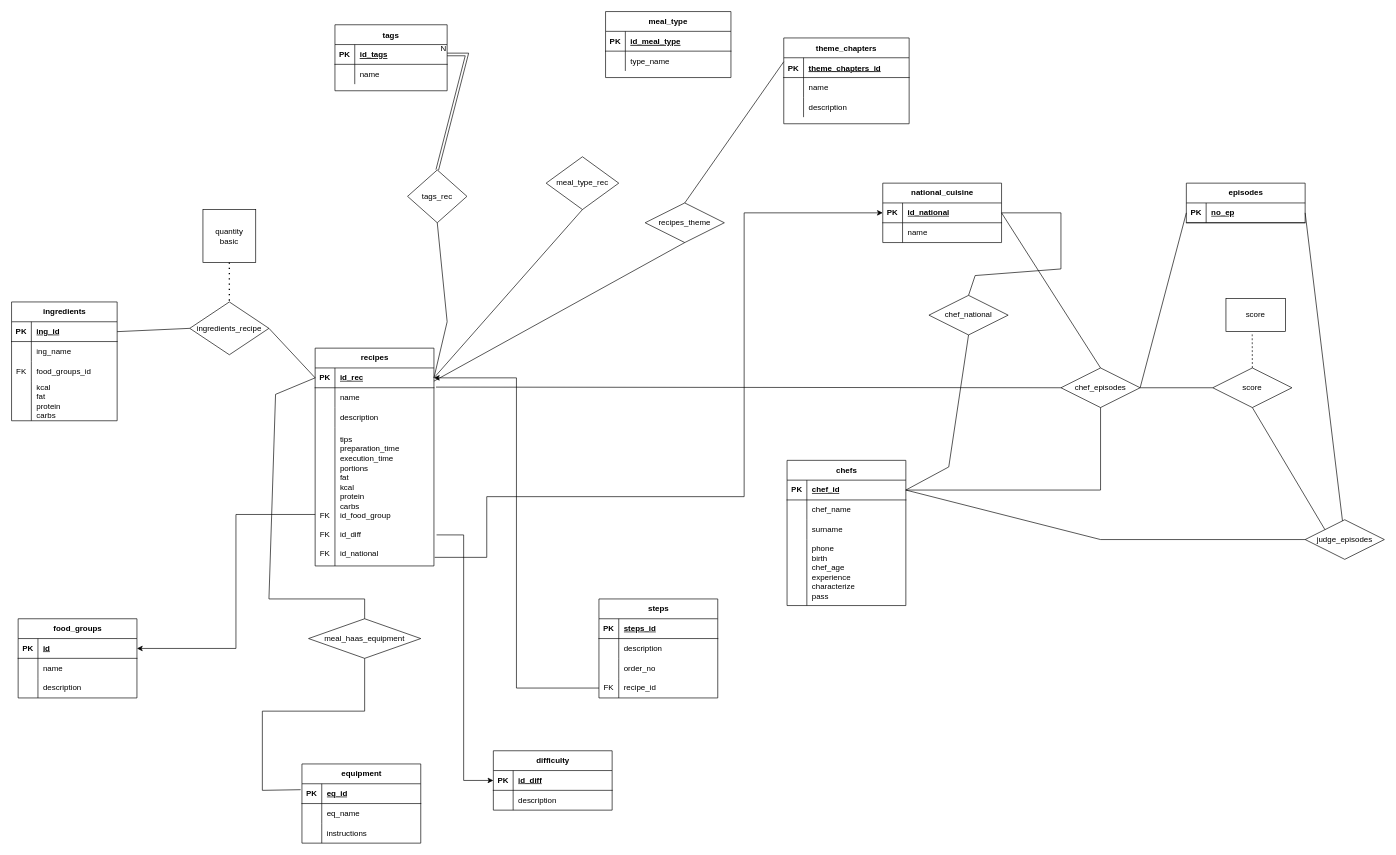
Earlier version of the draw.io diagram Ανώνυμο διάγραμμα.drawio (Georgeandro/Masterchef-Database). Source tidied: cells renumbered, new cells numbered last; positions are measured from the earlier drawing's top-left corner, leaving out a move shared by most shapes. Both pictures are drawn from the tidied source at 66%, with x=0, y=0 at pixel (11, 11).
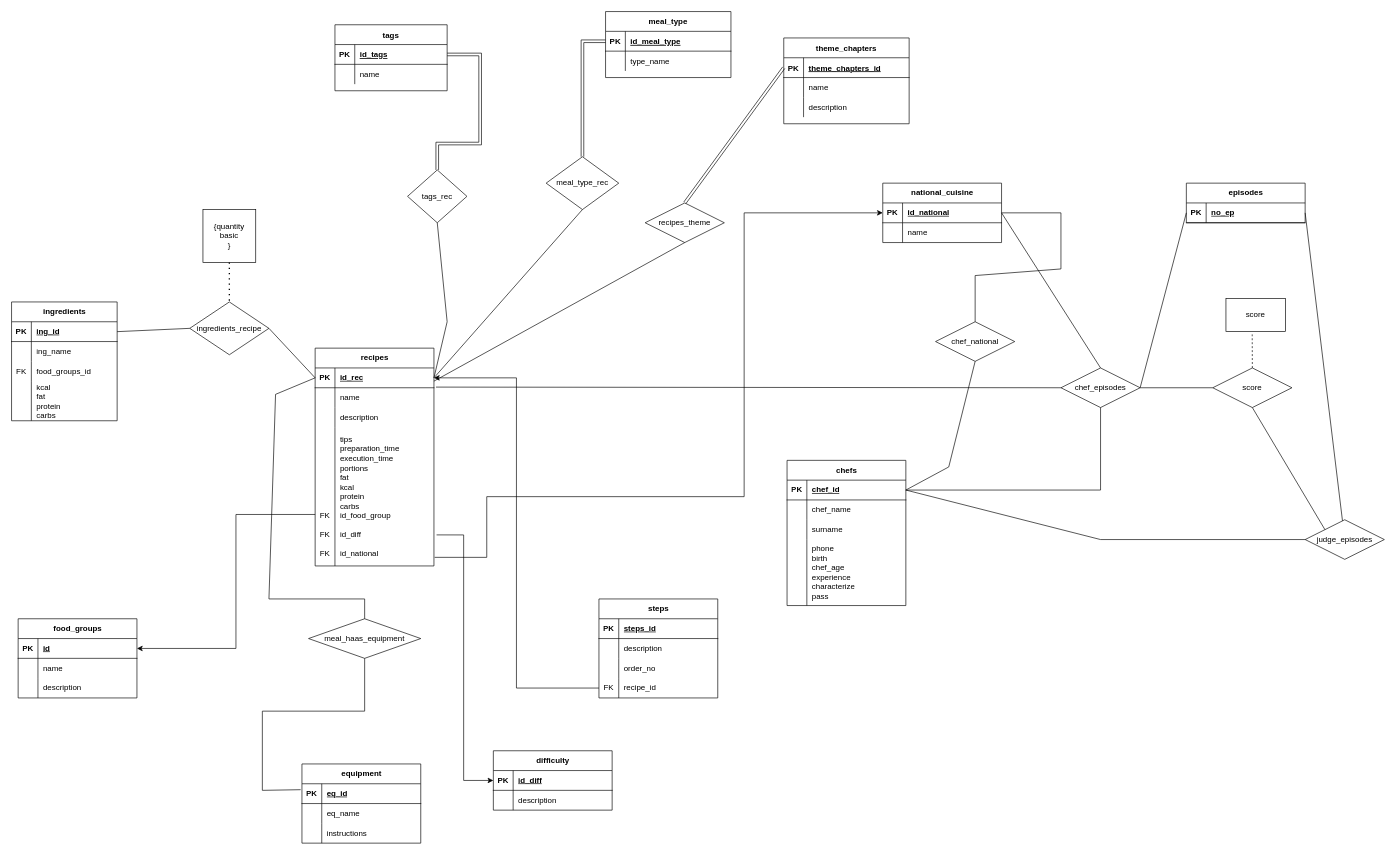
The same page after the edit.

The change refers to these unchanged cells:
```xml
<mxCell id="3" style="shape=partialRectangle;fillColor=none;points=[[0,0.5],[1,0.5]];portConstraint=eastwest;top=0;left=0;right=0;bottom=1;" parent="2" vertex="1">
  <mxGeometry y="30" width="190" height="30" as="geometry" />
</mxCell>
<mxCell id="10" style="shape=partialRectangle;fillColor=none;points=[[0,0.5],[1,0.5]];portConstraint=eastwest;top=0;left=0;right=0;bottom=1;" parent="9" vertex="1">
  <mxGeometry y="30" width="190" height="30" as="geometry" />
</mxCell>
<mxCell id="20" style="shape=partialRectangle;fillColor=none;points=[[0,0.5],[1,0.5]];portConstraint=eastwest;top=0;left=0;right=0;bottom=1;" parent="19" vertex="1">
  <mxGeometry y="30" width="170" height="30" as="geometry" />
</mxCell>
<mxCell id="26" value="tags_rec" style="rhombus;whiteSpace=wrap;html=1;" parent="1" vertex="1">
  <mxGeometry x="600" y="240" width="90" height="80" as="geometry" />
</mxCell>
<mxCell id="27" value="meal_type_rec" style="rhombus;whiteSpace=wrap;html=1;" parent="1" vertex="1">
  <mxGeometry x="810" y="220" width="110" height="80" as="geometry" />
</mxCell>
<mxCell id="44" value="recipes_theme" style="shape=rhombus;perimeter=rhombusPerimeter;whiteSpace=wrap;html=1;align=center;" parent="1" vertex="1">
  <mxGeometry x="960" y="290" width="120" height="60" as="geometry" />
</mxCell>
```

What changed in the source:
```diff
@@
-    <mxCell id="30" value="quantity&lt;div&gt;basic&lt;/div&gt;" style="whiteSpace=wrap;html=1;" parent="1" vertex="1">
+    <mxCell id="30" value="{quantity&lt;div&gt;basic&lt;/div&gt;&lt;div&gt;}&lt;/div&gt;" style="whiteSpace=wrap;html=1;" parent="1" vertex="1">
       <mxGeometry x="290" y="300" width="80" height="80" as="geometry" />
     </mxCell>
@@
-    <mxCell id="61" style="shape=link;html=1;rounded=0;entryX=1;entryY=0.5;entryDx=0;entryDy=0;exitX=0.5;exitY=0;exitDx=0;exitDy=0;" parent="1" edge="1" source="26" target="20">
-      <mxGeometry relative="1" as="geometry">
-        <Array as="points">
-          <mxPoint x="690" y="65" />
-        </Array>
-      </mxGeometry>
-    </mxCell>
-    <mxCell id="62" value="N" style="html=1;whiteSpace=wrap;align=right;verticalAlign=bottom;" parent="61" vertex="1">
-      <mxGeometry x="1" relative="1" as="geometry" />
-    </mxCell>
@@
-    <mxCell id="65" style="endArrow=none;html=1;rounded=0;entryX=0;entryY=0.2;entryDx=0;entryDy=0;entryPerimeter=0;exitX=0.5;exitY=0;exitDx=0;exitDy=0;" parent="1" edge="1" source="44" target="10">
-      <mxGeometry relative="1" as="geometry" />
-    </mxCell>
@@
     <mxCell id="133" value="chef_national" style="shape=rhombus;perimeter=rhombusPerimeter;whiteSpace=wrap;html=1;align=center;" parent="1" vertex="1">
-      <mxGeometry x="1390" y="430" width="120" height="60" as="geometry" />
+      <mxGeometry x="1400" y="470" width="120" height="60" as="geometry" />
     </mxCell>
@@
+    <mxCell id="61" style="shape=link;html=1;rounded=0;entryX=1;entryY=0.5;entryDx=0;entryDy=0;exitX=0.5;exitY=0;exitDx=0;exitDy=0;" parent="1" edge="1" source="26" target="20">
+      <mxGeometry relative="1" as="geometry">
+        <Array as="points">
+          <mxPoint x="645" y="200" />
+          <mxPoint x="710" y="200" />
+          <mxPoint x="710" y="65" />
+        </Array>
+      </mxGeometry>
+    </mxCell>
+    <mxCell id="153" style="shape=link;html=1;rounded=0;exitX=0;exitY=0.5;exitDx=0;exitDy=0;entryX=0.5;entryY=0;entryDx=0;entryDy=0;" parent="1" edge="1" source="3" target="27">
+      <mxGeometry relative="1" as="geometry">
+        <Array as="points">
+          <mxPoint x="865" y="45" />
+        </Array>
+      </mxGeometry>
+    </mxCell>
+    <mxCell id="65" style="shape=link;html=1;rounded=0;entryX=0;entryY=0.5;entryDx=0;entryDy=0;exitX=0.5;exitY=0;exitDx=0;exitDy=0;" parent="1" edge="1" source="44" target="10">
+      <mxGeometry relative="1" as="geometry" />
+    </mxCell>
```
